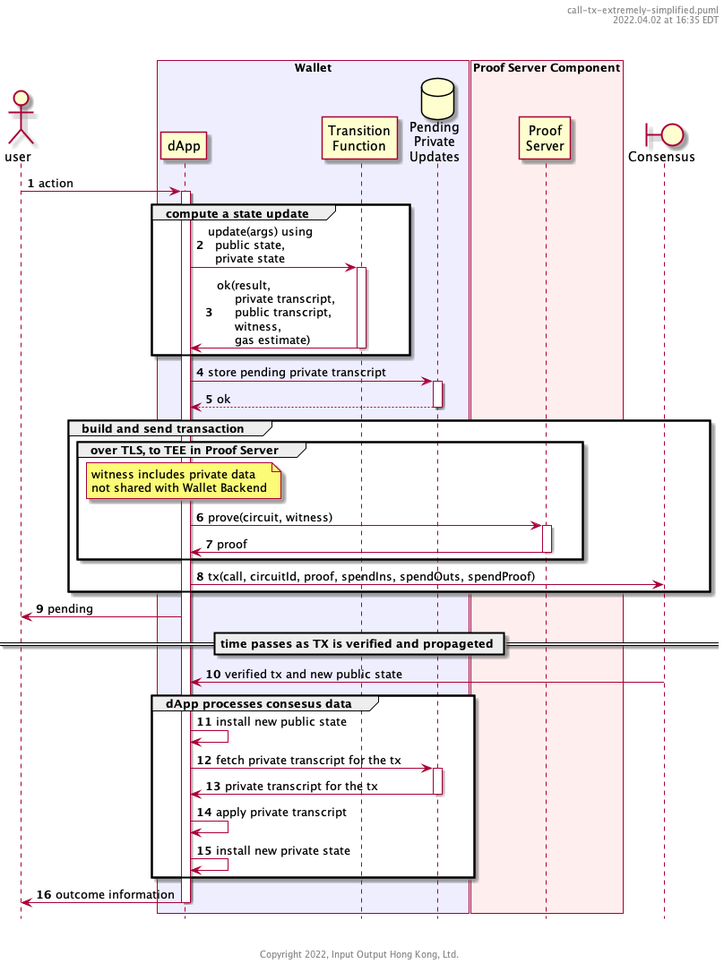
Before: user-flows/dapp-user/call-tx-extremely-simplified.png, a diagram exported from PlantUML (midnightntwrk/midnight-architecture). Its diagram source:
```plantuml
@startuml
autonumber
hide footbox

header %filename()\n%date("yyyy.MM.dd' at 'HH:mm z")\n\n\n

actor user

box "Wallet" #eef
        participant dApp as dapp
        participant "Transition\nFunction" as gamma
        database "Pending\nPrivate\nUpdates" as pending
end box
box "Proof Server Component" #fee
        participant "Proof\nServer" as proofServer
end box

boundary Consensus as consensus



        user -> dapp : action

        activate dapp
        group compute a state update
                dapp -> gamma : update(args) using\n  public state,\n  private state
                activate gamma
                        gamma -> dapp : ok(result,\n     private transcript,\n     public transcript,\n     witness,\n     gas estimate)
                deactivate gamma
        end

        dapp -> pending ++ : store pending private transcript
        return ok

        group build and send transaction
                group over TLS, to TEE in Proof Server
                        note over dapp: witness includes private data\nnot shared with Wallet Backend
                        dapp -> proofServer : prove(circuit, witness)
                        activate proofServer
                                proofServer -> dapp : proof
                        deactivate proofServer
                end

                dapp -> consensus : tx(call, circuitId, proof, spendIns, spendOuts, spendProof)
        end

        dapp -> user: pending

        == time passes as TX is verified and propageted ==

        consensus -> dapp : verified tx and new public state


        group dApp processes consesus data
                dapp -> dapp : install new public state
                dapp -> pending ++ : fetch private transcript for the tx
                pending -> dapp -- : private transcript for the tx
                dapp -> dapp : apply private transcript
                dapp -> dapp : install new private state
        end

        dapp -> user : outcome information
deactivate dapp


footer \n\n\nCopyright %date("yyyy"), Input Output Hong Kong, Ltd.

@enduml
```
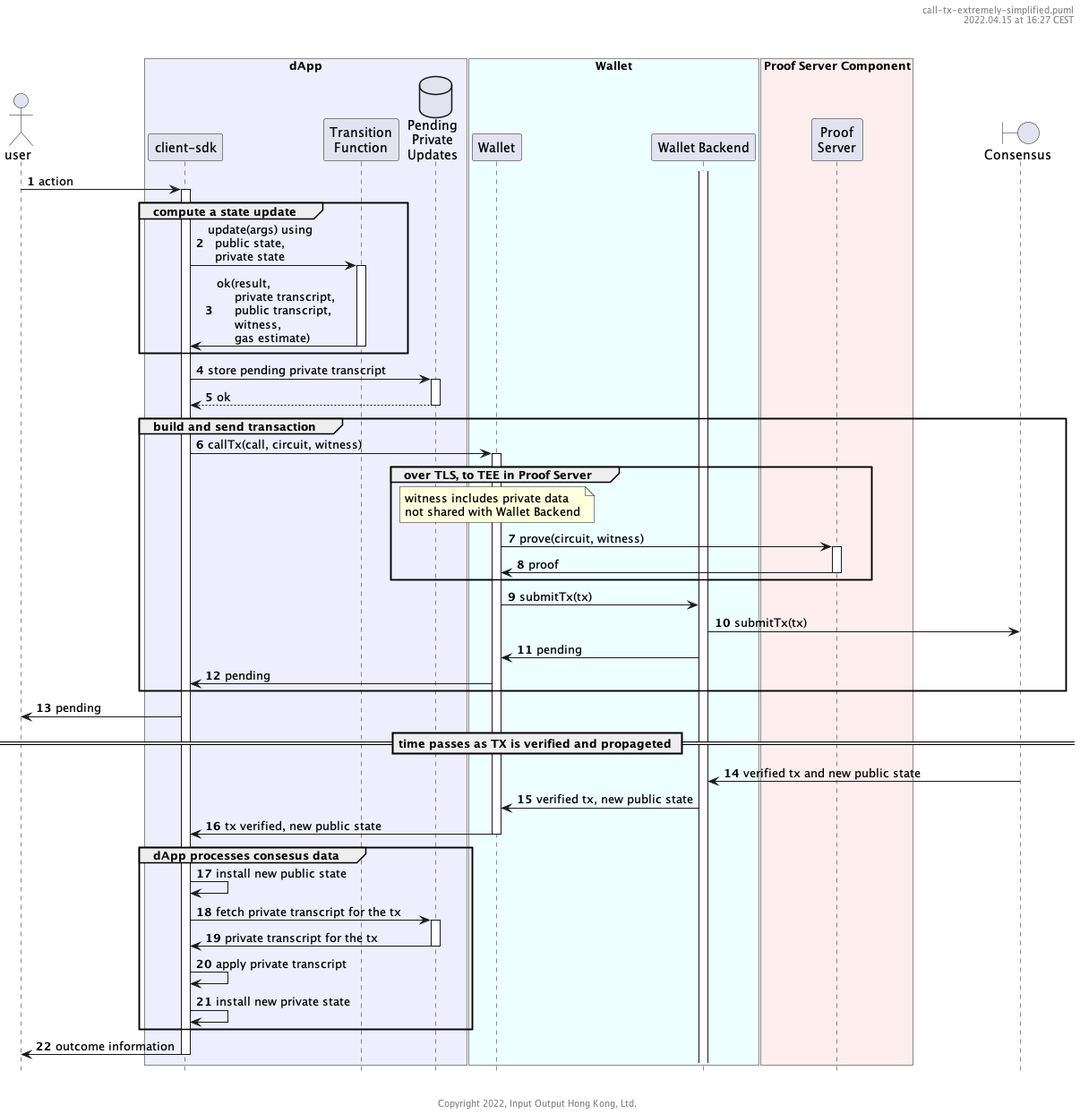
After the commit.

Commit message:
Update overview flow with separated dapp, wallet and wallet backend

The edit, as a diff of the source:
```diff
@@ -6,10 +6,16 @@
 
 actor user
 
-box "Wallet" #eef
-        participant dApp as dapp
+box "dApp" #eef
+        participant "client-sdk" as clientSdk
         participant "Transition\nFunction" as gamma
         database "Pending\nPrivate\nUpdates" as pending
+end box
+
+
+box "Wallet" #eff
+    participant "Wallet" as wallet
+    participant "Wallet Backend" as walletBackend
 end box
 box "Proof Server Component" #fee
         participant "Proof\nServer" as proofServer
@@ -17,50 +23,58 @@
 
 boundary Consensus as consensus
 
+        activate walletBackend
 
+        user -> clientSdk : action
 
-        user -> dapp : action
-
-        activate dapp
+        activate clientSdk
         group compute a state update
-                dapp -> gamma : update(args) using\n  public state,\n  private state
+                clientSdk -> gamma : update(args) using\n  public state,\n  private state
                 activate gamma
-                        gamma -> dapp : ok(result,\n     private transcript,\n     public transcript,\n     witness,\n     gas estimate)
+                        gamma -> clientSdk : ok(result,\n     private transcript,\n     public transcript,\n     witness,\n     gas estimate)
                 deactivate gamma
         end
 
-        dapp -> pending ++ : store pending private transcript
+        clientSdk -> pending ++ : store pending private transcript
         return ok
 
         group build and send transaction
+                clientSdk -> wallet : callTx(call, circuit, witness)
+                activate wallet
                 group over TLS, to TEE in Proof Server
-                        note over dapp: witness includes private data\nnot shared with Wallet Backend
-                        dapp -> proofServer : prove(circuit, witness)
+                        note over wallet: witness includes private data\nnot shared with Wallet Backend
+                        wallet -> proofServer : prove(circuit, witness)
                         activate proofServer
-                                proofServer -> dapp : proof
+                                proofServer -> wallet : proof
                         deactivate proofServer
                 end
 
-                dapp -> consensus : tx(call, circuitId, proof, spendIns, spendOuts, spendProof)
+                wallet -> walletBackend : submitTx(tx)
+                walletBackend -> consensus : submitTx(tx)
+                walletBackend -> wallet : pending
+                wallet -> clientSdk : pending
         end
 
-        dapp -> user: pending
+        clientSdk -> user: pending
 
         == time passes as TX is verified and propageted ==
 
-        consensus -> dapp : verified tx and new public state
+        consensus -> walletBackend : verified tx and new public state
+        walletBackend -> wallet : verified tx, new public state
+        wallet -> clientSdk : tx verified, new public state
 
+        deactivate wallet
 
         group dApp processes consesus data
-                dapp -> dapp : install new public state
-                dapp -> pending ++ : fetch private transcript for the tx
-                pending -> dapp -- : private transcript for the tx
-                dapp -> dapp : apply private transcript
-                dapp -> dapp : install new private state
+                clientSdk -> clientSdk : install new public state
+                clientSdk -> pending ++ : fetch private transcript for the tx
+                pending -> clientSdk -- : private transcript for the tx
+                clientSdk -> clientSdk : apply private transcript
+                clientSdk -> clientSdk : install new private state
         end
 
-        dapp -> user : outcome information
-deactivate dapp
+        clientSdk -> user : outcome information
+deactivate clientSdk
 
 
 footer \n\n\nCopyright %date("yyyy"), Input Output Hong Kong, Ltd.
```
